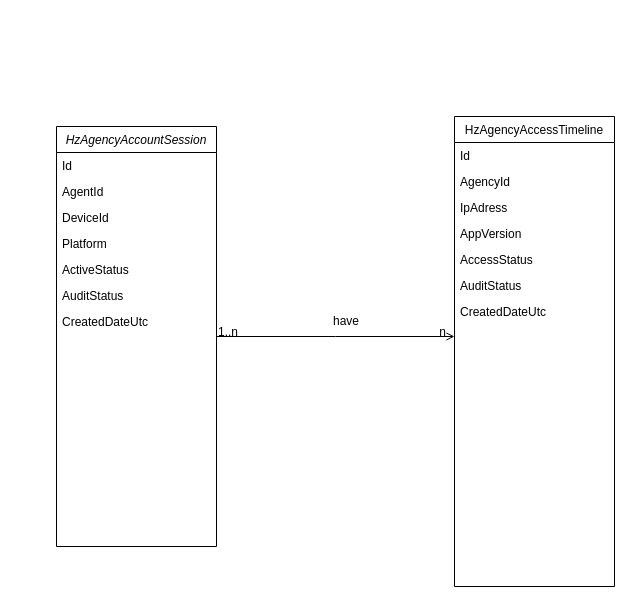
blackpigkun/Week1Homework keeps this draw.io diagram as Untitled Diagram.drawio. Above is the earlier version. Source tidied: cells renumbered, new cells numbered last; positions are measured from the earlier drawing's top-left corner, leaving out a move shared by most shapes. Both pictures are drawn from the tidied source at 100%, with x=0, y=0 at pixel (56, 116).
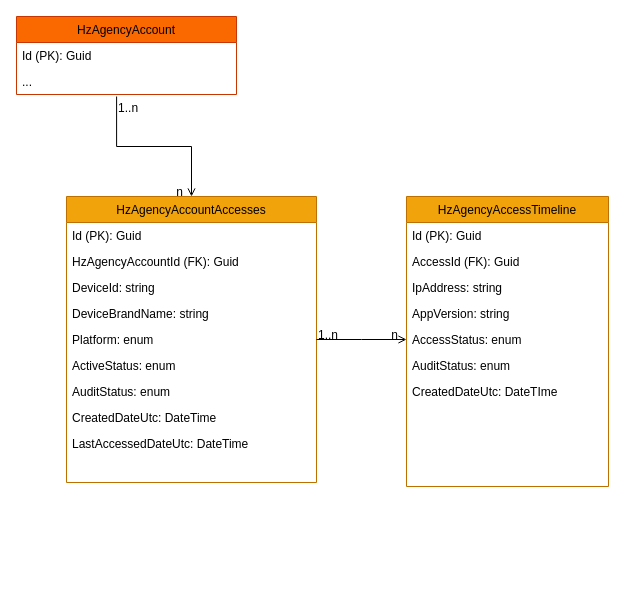
Above is the later version.

What changed in the source:
```diff
@@
-    <mxCell id="2" value="HzAgencyAccountSession" style="swimlane;fontStyle=2;align=center;verticalAlign=top;horizontal=1;startSize=26;rounded=0;shadow=0;strokeWidth=1;" parent="1" vertex="1">
-      <mxGeometry y="10" width="160" height="420" as="geometry" />
+    <mxCell id="2" value="HzAgencyAccountAccesses" style="swimlane;fontStyle=0;align=center;verticalAlign=top;horizontal=1;startSize=26;rounded=0;shadow=0;strokeWidth=1;fillColor=#f0a30a;fontColor=#000000;strokeColor=#BD7000;" parent="1" vertex="1">
+      <mxGeometry x="10" y="80" width="250" height="286" as="geometry" />
     </mxCell>
-    <mxCell id="3" value="Id" style="text;align=left;verticalAlign=top;spacingLeft=4;spacingRight=4;overflow=hidden;" parent="2" vertex="1">
-      <mxGeometry y="26" width="160" height="26" as="geometry" />
+    <mxCell id="3" value="Id (PK): Guid" style="text;align=left;verticalAlign=top;spacingLeft=4;spacingRight=4;overflow=hidden;" parent="2" vertex="1">
+      <mxGeometry y="26" width="250" height="26" as="geometry" />
     </mxCell>
-    <mxCell id="4" value="AgentId" style="text;align=left;verticalAlign=top;spacingLeft=4;spacingRight=4;overflow=hidden;" parent="2" vertex="1">
-      <mxGeometry y="52" width="160" height="26" as="geometry" />
+    <mxCell id="4" value="HzAgencyAccountId (FK): Guid" style="text;align=left;verticalAlign=top;spacingLeft=4;spacingRight=4;overflow=hidden;" parent="2" vertex="1">
+      <mxGeometry y="52" width="250" height="26" as="geometry" />
     </mxCell>
-    <mxCell id="5" value="DeviceId" style="text;align=left;verticalAlign=top;spacingLeft=4;spacingRight=4;overflow=hidden;rounded=0;shadow=0;html=0;" parent="2" vertex="1">
-      <mxGeometry y="78" width="160" height="26" as="geometry" />
+    <mxCell id="5" value="DeviceId: string" style="text;align=left;verticalAlign=top;spacingLeft=4;spacingRight=4;overflow=hidden;rounded=0;shadow=0;html=0;" parent="2" vertex="1">
+      <mxGeometry y="78" width="250" height="26" as="geometry" />
     </mxCell>
+    <mxCell id="22" value="DeviceBrandName: string&#10;" style="text;align=left;verticalAlign=top;spacingLeft=4;spacingRight=4;overflow=hidden;rounded=0;shadow=0;html=0;" parent="2" vertex="1">
+      <mxGeometry y="104" width="250" height="26" as="geometry" />
+    </mxCell>
-    <mxCell id="6" value="Platform&#10;" style="text;align=left;verticalAlign=top;spacingLeft=4;spacingRight=4;overflow=hidden;rounded=0;shadow=0;html=0;" parent="2" vertex="1">
-      <mxGeometry y="104" width="160" height="26" as="geometry" />
+    <mxCell id="6" value="Platform: enum&#10;&#10;" style="text;align=left;verticalAlign=top;spacingLeft=4;spacingRight=4;overflow=hidden;rounded=0;shadow=0;html=0;" parent="2" vertex="1">
+      <mxGeometry y="130" width="250" height="26" as="geometry" />
     </mxCell>
-    <mxCell id="7" value="ActiveStatus" style="text;align=left;verticalAlign=top;spacingLeft=4;spacingRight=4;overflow=hidden;rounded=0;shadow=0;html=0;" parent="2" vertex="1">
-      <mxGeometry y="130" width="160" height="26" as="geometry" />
+    <mxCell id="7" value="ActiveStatus: enum&#10;" style="text;align=left;verticalAlign=top;spacingLeft=4;spacingRight=4;overflow=hidden;rounded=0;shadow=0;html=0;" parent="2" vertex="1">
+      <mxGeometry y="156" width="250" height="26" as="geometry" />
     </mxCell>
-    <mxCell id="8" value="AuditStatus" style="text;align=left;verticalAlign=top;spacingLeft=4;spacingRight=4;overflow=hidden;rounded=0;shadow=0;html=0;" parent="2" vertex="1">
-      <mxGeometry y="156" width="160" height="26" as="geometry" />
+    <mxCell id="8" value="AuditStatus: enum&#10;" style="text;align=left;verticalAlign=top;spacingLeft=4;spacingRight=4;overflow=hidden;rounded=0;shadow=0;html=0;" parent="2" vertex="1">
+      <mxGeometry y="182" width="250" height="26" as="geometry" />
     </mxCell>
-    <mxCell id="9" value="CreatedDateUtc" style="text;align=left;verticalAlign=top;spacingLeft=4;spacingRight=4;overflow=hidden;rounded=0;shadow=0;html=0;" parent="2" vertex="1">
-      <mxGeometry y="182" width="160" height="26" as="geometry" />
+    <mxCell id="9" value="CreatedDateUtc: DateTime" style="text;align=left;verticalAlign=top;spacingLeft=4;spacingRight=4;overflow=hidden;rounded=0;shadow=0;html=0;" parent="2" vertex="1">
+      <mxGeometry y="208" width="250" height="26" as="geometry" />
     </mxCell>
+    <mxCell id="23" value="LastAccessedDateUtc: DateTime" style="text;align=left;verticalAlign=top;spacingLeft=4;spacingRight=4;overflow=hidden;rounded=0;shadow=0;html=0;" parent="2" vertex="1">
+      <mxGeometry y="234" width="250" height="26" as="geometry" />
+    </mxCell>
-    <mxCell id="10" value="HzAgencyAccessTimeline" style="swimlane;fontStyle=0;align=center;verticalAlign=top;horizontal=1;startSize=26;rounded=0;shadow=0;strokeWidth=1;" parent="1" vertex="1">
-      <mxGeometry x="398" width="160" height="470" as="geometry" />
+    <mxCell id="10" value="HzAgencyAccessTimeline" style="swimlane;fontStyle=0;align=center;verticalAlign=top;horizontal=1;startSize=26;rounded=0;shadow=0;strokeWidth=1;fillColor=#f0a30a;fontColor=#000000;strokeColor=#BD7000;" parent="1" vertex="1">
+      <mxGeometry x="350" y="80" width="202" height="290" as="geometry" />
     </mxCell>
-    <mxCell id="11" value="Id" style="text;align=left;verticalAlign=top;spacingLeft=4;spacingRight=4;overflow=hidden;" parent="10" vertex="1">
-      <mxGeometry y="26" width="160" height="26" as="geometry" />
+    <mxCell id="11" value="Id (PK): Guid&#10;" style="text;align=left;verticalAlign=top;spacingLeft=4;spacingRight=4;overflow=hidden;" parent="10" vertex="1">
+      <mxGeometry y="26" width="202" height="26" as="geometry" />
     </mxCell>
-    <mxCell id="12" value="AgencyId" style="text;align=left;verticalAlign=top;spacingLeft=4;spacingRight=4;overflow=hidden;rounded=0;shadow=0;html=0;" parent="10" vertex="1">
-      <mxGeometry y="52" width="160" height="26" as="geometry" />
-    </mxCell>
+    <mxCell id="24" value="AccessId (FK): Guid&#10;" style="text;align=left;verticalAlign=top;spacingLeft=4;spacingRight=4;overflow=hidden;" parent="10" vertex="1">
+      <mxGeometry y="52" width="202" height="26" as="geometry" />
+    </mxCell>
-    <mxCell id="13" value="IpAdress&#10;    &#10;" style="text;align=left;verticalAlign=top;spacingLeft=4;spacingRight=4;overflow=hidden;rounded=0;shadow=0;html=0;" parent="10" vertex="1">
-      <mxGeometry y="78" width="160" height="26" as="geometry" />
+    <mxCell id="13" value="IpAddress: string" style="text;align=left;verticalAlign=top;spacingLeft=4;spacingRight=4;overflow=hidden;rounded=0;shadow=0;html=0;" parent="10" vertex="1">
+      <mxGeometry y="78" width="202" height="26" as="geometry" />
     </mxCell>
-    <mxCell id="14" value="AppVersion" style="text;align=left;verticalAlign=top;spacingLeft=4;spacingRight=4;overflow=hidden;rounded=0;shadow=0;html=0;" parent="10" vertex="1">
-      <mxGeometry y="104" width="160" height="26" as="geometry" />
+    <mxCell id="14" value="AppVersion: string" style="text;align=left;verticalAlign=top;spacingLeft=4;spacingRight=4;overflow=hidden;rounded=0;shadow=0;html=0;" parent="10" vertex="1">
+      <mxGeometry y="104" width="202" height="26" as="geometry" />
     </mxCell>
-    <mxCell id="15" value="AccessStatus" style="text;align=left;verticalAlign=top;spacingLeft=4;spacingRight=4;overflow=hidden;" parent="10" vertex="1">
-      <mxGeometry y="130" width="160" height="26" as="geometry" />
+    <mxCell id="15" value="AccessStatus: enum" style="text;align=left;verticalAlign=top;spacingLeft=4;spacingRight=4;overflow=hidden;" parent="10" vertex="1">
+      <mxGeometry y="130" width="202" height="26" as="geometry" />
     </mxCell>
-    <mxCell id="16" value="AuditStatus" style="text;align=left;verticalAlign=top;spacingLeft=4;spacingRight=4;overflow=hidden;" parent="10" vertex="1">
-      <mxGeometry y="156" width="160" height="26" as="geometry" />
+    <mxCell id="16" value="AuditStatus: enum" style="text;align=left;verticalAlign=top;spacingLeft=4;spacingRight=4;overflow=hidden;" parent="10" vertex="1">
+      <mxGeometry y="156" width="202" height="26" as="geometry" />
     </mxCell>
-    <mxCell id="17" value="CreatedDateUtc" style="text;align=left;verticalAlign=top;spacingLeft=4;spacingRight=4;overflow=hidden;rounded=0;shadow=0;html=0;" parent="10" vertex="1">
-      <mxGeometry y="182" width="160" height="26" as="geometry" />
+    <mxCell id="17" value="CreatedDateUtc: DateTIme" style="text;align=left;verticalAlign=top;spacingLeft=4;spacingRight=4;overflow=hidden;rounded=0;shadow=0;html=0;" parent="10" vertex="1">
+      <mxGeometry y="182" width="202" height="26" as="geometry" />
     </mxCell>
@@
-    <mxCell id="21" value="have" style="text;strokeColor=none;align=center;fillColor=none;html=1;verticalAlign=middle;whiteSpace=wrap;rounded=0;" parent="1" vertex="1">
-      <mxGeometry x="260" y="190" width="60" height="30" as="geometry" />
-    </mxCell>
+    <mxCell id="25" value="HzAgencyAccount" style="swimlane;fontStyle=0;align=center;verticalAlign=top;horizontal=1;startSize=26;rounded=0;shadow=0;strokeWidth=1;fillColor=#fa6800;fontColor=#000000;strokeColor=#C73500;" parent="1" vertex="1">
+      <mxGeometry x="-40" y="-100" width="220" height="78" as="geometry" />
+    </mxCell>
+    <mxCell id="26" value="Id (PK): Guid" style="text;align=left;verticalAlign=top;spacingLeft=4;spacingRight=4;overflow=hidden;" parent="25" vertex="1">
+      <mxGeometry y="26" width="220" height="26" as="geometry" />
+    </mxCell>
+    <mxCell id="27" value="..." style="text;align=left;verticalAlign=top;spacingLeft=4;spacingRight=4;overflow=hidden;points=[[0,0.5],[1,0.5]];portConstraint=eastwest;" parent="25" vertex="1">
+      <mxGeometry y="52" width="220" height="26" as="geometry" />
+    </mxCell>
+    <mxCell id="28" style="endArrow=open;shadow=0;strokeWidth=1;rounded=0;endFill=1;edgeStyle=elbowEdgeStyle;elbow=vertical;entryX=0.5;entryY=0;entryDx=0;entryDy=0;exitX=0.455;exitY=1.077;exitDx=0;exitDy=0;exitPerimeter=0;" parent="1" edge="1" source="27" target="2">
+      <mxGeometry x="0.5" y="41" relative="1" as="geometry">
+        <mxPoint x="-40" y="32" as="offset" />
+      </mxGeometry>
+    </mxCell>
+    <mxCell id="29" value="1..n" style="align=left;verticalAlign=bottom;labelBackgroundColor=none;fontSize=12;" parent="28" vertex="1">
+      <mxGeometry x="-1" relative="1" as="geometry">
+        <mxPoint y="20" as="offset" />
+      </mxGeometry>
+    </mxCell>
+    <mxCell id="30" value="n" style="align=right;verticalAlign=bottom;labelBackgroundColor=none;fontSize=12;" parent="28" vertex="1">
+      <mxGeometry x="1" relative="1" as="geometry">
+        <mxPoint x="-7" y="4" as="offset" />
+      </mxGeometry>
+    </mxCell>
```
